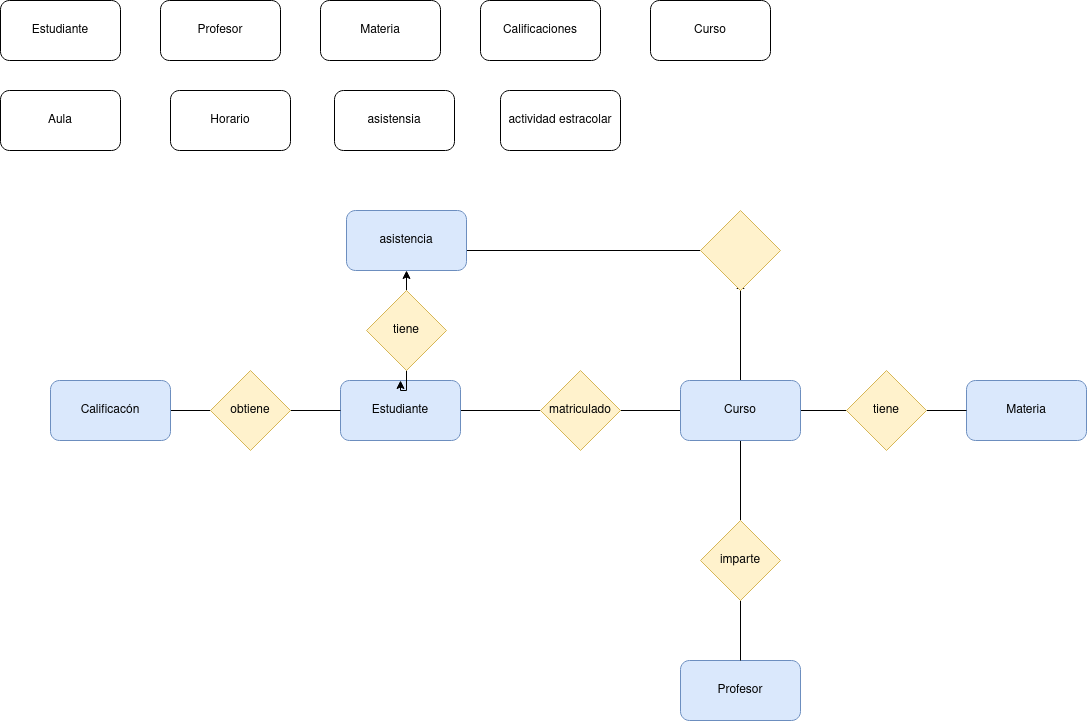
The draw.io diagram Unidad1/tareas/tarea2/Diagrama sin título.drawio.png in lalayond/base-datos-, before a commit. Source tidied: cells renumbered, new cells last; positions are measured from the earlier drawing's top-left corner, leaving out a move shared by most shapes.
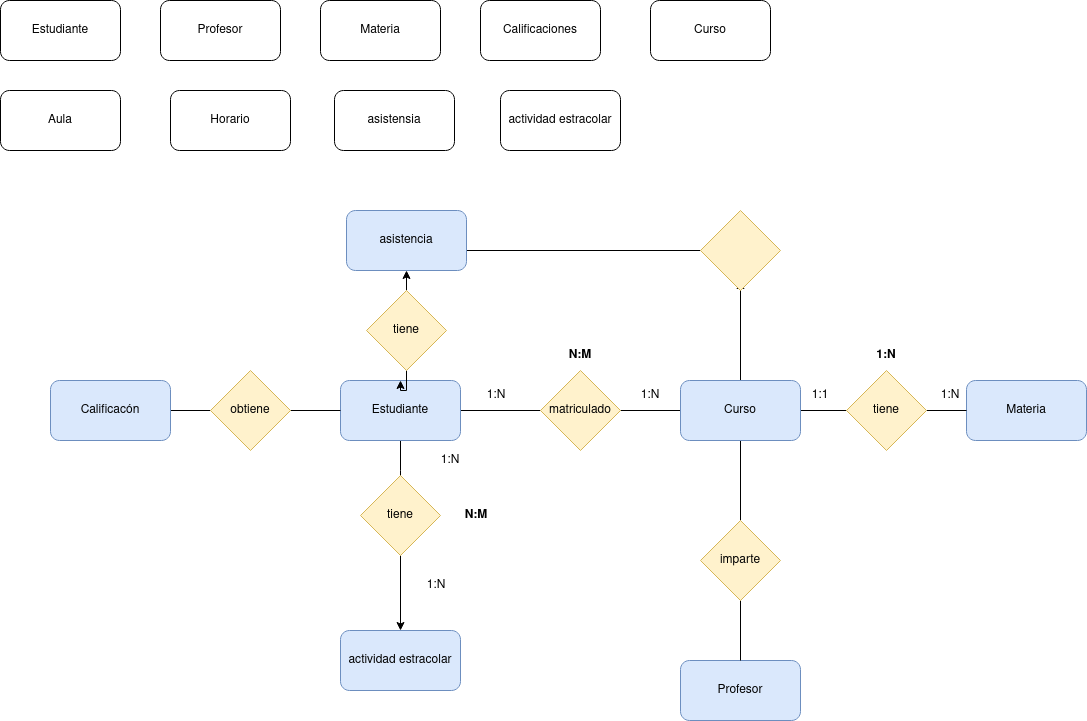
The same file after the commit.

What changed in the source:
```diff
@@ -23,6 +23,11 @@
     <mxCell id="8" style="edgeStyle=orthogonalEdgeStyle;rounded=0;jettySize=auto;html=1;exitX=1;exitY=0.5;exitDx=0;exitDy=0;entryX=0;entryY=0.5;entryDx=0;entryDy=0;endArrow=none;endFill=0;" parent="1" edge="1" source="9" target="15">
       <mxGeometry relative="1" as="geometry" />
     </mxCell>
+    <mxCell id="35" style="edgeStyle=orthogonalEdgeStyle;rounded=0;jettySize=auto;html=1;exitX=0.5;exitY=1;exitDx=0;exitDy=0;" parent="1" edge="1" source="9">
+      <mxGeometry relative="1" as="geometry">
+        <mxPoint x="400" y="500" as="targetPoint" />
+      </mxGeometry>
+    </mxCell>
     <mxCell id="9" value="Estudiante" style="rounded=1;whiteSpace=wrap;html=1;fillColor=#dae8fc;strokeColor=#6c8ebf;" parent="1" vertex="1">
       <mxGeometry x="340" y="380" width="120" height="60" as="geometry" />
     </mxCell>
@@ -107,5 +112,41 @@
     <mxCell id="34" value="tiene" style="rhombus;whiteSpace=wrap;html=1;fillColor=#fff2cc;strokeColor=#d6b656;" parent="1" vertex="1">
       <mxGeometry x="846" y="370" width="80" height="80" as="geometry" />
     </mxCell>
+    <mxCell id="36" value="1:N" style="text;html=1;strokeColor=none;fillColor=none;align=center;verticalAlign=middle;whiteSpace=wrap;rounded=0;" parent="1" vertex="1">
+      <mxGeometry x="620" y="380" width="60" height="30" as="geometry" />
+    </mxCell>
+    <mxCell id="37" value="1:N" style="text;html=1;strokeColor=none;fillColor=none;align=center;verticalAlign=middle;whiteSpace=wrap;rounded=0;" parent="1" vertex="1">
+      <mxGeometry x="466" y="380" width="60" height="30" as="geometry" />
+    </mxCell>
+    <mxCell id="38" value="&lt;b&gt;N:M&lt;/b&gt;" style="text;html=1;strokeColor=none;fillColor=none;align=center;verticalAlign=middle;whiteSpace=wrap;rounded=0;" parent="1" vertex="1">
+      <mxGeometry x="550" y="340" width="60" height="30" as="geometry" />
+    </mxCell>
+    <mxCell id="39" value="actividad estracolar" style="rounded=1;whiteSpace=wrap;html=1;fillColor=#dae8fc;strokeColor=#6c8ebf;" parent="1" vertex="1">
+      <mxGeometry x="340" y="630" width="120" height="60" as="geometry" />
+    </mxCell>
+    <mxCell id="40" style="edgeStyle=orthogonalEdgeStyle;rounded=0;jettySize=auto;html=1;exitX=0.5;exitY=1;exitDx=0;exitDy=0;" parent="1" edge="1" source="41" target="39">
+      <mxGeometry relative="1" as="geometry" />
+    </mxCell>
+    <mxCell id="41" value="tiene" style="rhombus;whiteSpace=wrap;html=1;fillColor=#fff2cc;strokeColor=#d6b656;" parent="1" vertex="1">
+      <mxGeometry x="360" y="475" width="80" height="80" as="geometry" />
+    </mxCell>
+    <mxCell id="42" value="1:N" style="text;html=1;strokeColor=none;fillColor=none;align=center;verticalAlign=middle;whiteSpace=wrap;rounded=0;" parent="1" vertex="1">
+      <mxGeometry x="420" y="445" width="60" height="30" as="geometry" />
+    </mxCell>
+    <mxCell id="43" value="1:N" style="text;html=1;strokeColor=none;fillColor=none;align=center;verticalAlign=middle;whiteSpace=wrap;rounded=0;" parent="1" vertex="1">
+      <mxGeometry x="406" y="570" width="60" height="30" as="geometry" />
+    </mxCell>
+    <mxCell id="44" value="&lt;b&gt;N:M&lt;/b&gt;" style="text;html=1;strokeColor=none;fillColor=none;align=center;verticalAlign=middle;whiteSpace=wrap;rounded=0;" parent="1" vertex="1">
+      <mxGeometry x="446" y="500" width="60" height="30" as="geometry" />
+    </mxCell>
+    <mxCell id="45" value="1:N" style="text;html=1;strokeColor=none;fillColor=none;align=center;verticalAlign=middle;whiteSpace=wrap;rounded=0;" parent="1" vertex="1">
+      <mxGeometry x="920" y="380" width="60" height="30" as="geometry" />
+    </mxCell>
+    <mxCell id="46" value="1:1" style="text;html=1;strokeColor=none;fillColor=none;align=center;verticalAlign=middle;whiteSpace=wrap;rounded=0;" parent="1" vertex="1">
+      <mxGeometry x="790" y="380" width="60" height="30" as="geometry" />
+    </mxCell>
+    <mxCell id="47" value="&lt;b&gt;1:N&lt;/b&gt;" style="text;html=1;strokeColor=none;fillColor=none;align=center;verticalAlign=middle;whiteSpace=wrap;rounded=0;" parent="1" vertex="1">
+      <mxGeometry x="856" y="340" width="60" height="30" as="geometry" />
+    </mxCell>
   </root>
 </mxGraphModel>
```
